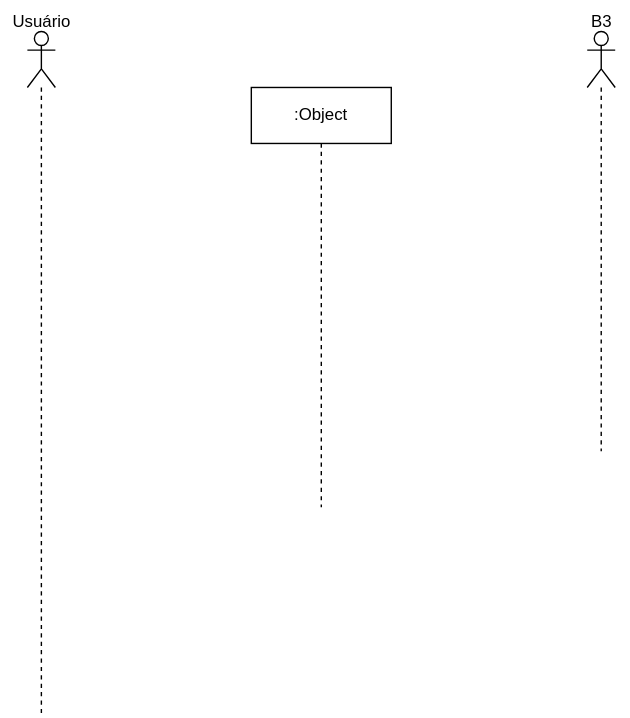
JesCat16/Projeto01_Modelagem_De_Software keeps this draw.io diagram as Diagrama 4.drawio.svg. Above is the earlier version. Source tidied: cells renumbered, new cells last; positions are measured from the earlier drawing's top-left corner, leaving out a move shared by most shapes. Source of this version:
```xml
<mxGraphModel background="#ffffff">
  <root>
    <mxCell id="0" />
    <mxCell id="1" parent="0" />
    <mxCell id="2" style="shape=umlLifeline;perimeter=lifelinePerimeter;whiteSpace=wrap;html=1;newEdgeStyle={&quot;curved&quot;:0,&quot;rounded&quot;:0};participant=umlActor;" parent="1" vertex="1">
      <mxGeometry x="20" y="22" width="20" height="490" as="geometry" />
    </mxCell>
    <mxCell id="3" value="Usuário" style="text;html=1;align=center;verticalAlign=middle;strokeColor=none;fillColor=none;" parent="1" vertex="1">
      <mxGeometry width="60" height="30" as="geometry" />
    </mxCell>
    <mxCell id="4" value=":Object" style="shape=umlLifeline;perimeter=lifelinePerimeter;whiteSpace=wrap;html=1;newEdgeStyle={&quot;curved&quot;:0,&quot;rounded&quot;:0};" parent="1" vertex="1">
      <mxGeometry x="180" y="62" width="100" height="300" as="geometry" />
    </mxCell>
    <mxCell id="5" style="shape=umlLifeline;perimeter=lifelinePerimeter;whiteSpace=wrap;html=1;newEdgeStyle={&quot;curved&quot;:0,&quot;rounded&quot;:0};participant=umlActor;" parent="1" vertex="1">
      <mxGeometry x="420" y="22" width="20" height="300" as="geometry" />
    </mxCell>
    <mxCell id="6" value="B3" style="text;html=1;align=center;verticalAlign=middle;strokeColor=none;fillColor=none;" parent="1" vertex="1">
      <mxGeometry x="410" width="40" height="30" as="geometry" />
    </mxCell>
  </root>
</mxGraphModel>
```
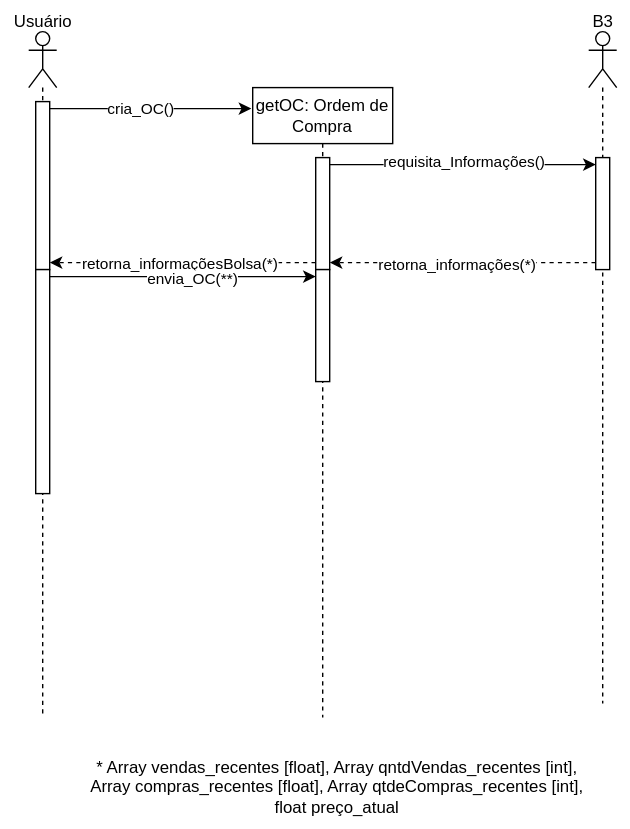
The same file after the commit.

Change to the diagram source:
```diff
@@ -5,17 +5,67 @@
     <mxCell id="2" style="shape=umlLifeline;perimeter=lifelinePerimeter;whiteSpace=wrap;html=1;newEdgeStyle={&quot;curved&quot;:0,&quot;rounded&quot;:0};participant=umlActor;" parent="1" vertex="1">
       <mxGeometry x="20" y="22" width="20" height="490" as="geometry" />
     </mxCell>
+    <mxCell id="7" style="html=1;points=[[0,0,0,0,5],[0,1,0,0,-5],[1,0,0,0,5],[1,1,0,0,-5]];perimeter=orthogonalPerimeter;outlineConnect=0;targetShapes=umlLifeline;portConstraint=eastwest;newEdgeStyle={&quot;curved&quot;:0,&quot;rounded&quot;:0};" parent="2" vertex="1">
+      <mxGeometry x="5" y="50" width="10" height="120" as="geometry" />
+    </mxCell>
+    <mxCell id="8" style="html=1;points=[[0,0,0,0,5],[0,1,0,0,-5],[1,0,0,0,5],[1,1,0,0,-5]];perimeter=orthogonalPerimeter;outlineConnect=0;targetShapes=umlLifeline;portConstraint=eastwest;newEdgeStyle={&quot;curved&quot;:0,&quot;rounded&quot;:0};" parent="2" vertex="1">
+      <mxGeometry x="5" y="170" width="10" height="160" as="geometry" />
+    </mxCell>
     <mxCell id="3" value="Usuário" style="text;html=1;align=center;verticalAlign=middle;strokeColor=none;fillColor=none;" parent="1" vertex="1">
       <mxGeometry width="60" height="30" as="geometry" />
     </mxCell>
-    <mxCell id="4" value=":Object" style="shape=umlLifeline;perimeter=lifelinePerimeter;whiteSpace=wrap;html=1;newEdgeStyle={&quot;curved&quot;:0,&quot;rounded&quot;:0};" parent="1" vertex="1">
-      <mxGeometry x="180" y="62" width="100" height="300" as="geometry" />
+    <mxCell id="4" value="getOC: Ordem de Compra" style="shape=umlLifeline;perimeter=lifelinePerimeter;whiteSpace=wrap;html=1;newEdgeStyle={&quot;curved&quot;:0,&quot;rounded&quot;:0};" parent="1" vertex="1">
+      <mxGeometry x="180" y="62" width="100" height="450" as="geometry" />
     </mxCell>
+    <mxCell id="9" style="html=1;points=[[0,0,0,0,5],[0,1,0,0,-5],[1,0,0,0,5],[1,1,0,0,-5]];perimeter=orthogonalPerimeter;outlineConnect=0;targetShapes=umlLifeline;portConstraint=eastwest;newEdgeStyle={&quot;curved&quot;:0,&quot;rounded&quot;:0};" parent="4" vertex="1">
+      <mxGeometry x="45" y="50" width="10" height="80" as="geometry" />
+    </mxCell>
+    <mxCell id="10" style="html=1;points=[[0,0,0,0,5],[0,1,0,0,-5],[1,0,0,0,5],[1,1,0,0,-5]];perimeter=orthogonalPerimeter;outlineConnect=0;targetShapes=umlLifeline;portConstraint=eastwest;newEdgeStyle={&quot;curved&quot;:0,&quot;rounded&quot;:0};" parent="4" vertex="1">
+      <mxGeometry x="45" y="130" width="10" height="80" as="geometry" />
+    </mxCell>
     <mxCell id="5" style="shape=umlLifeline;perimeter=lifelinePerimeter;whiteSpace=wrap;html=1;newEdgeStyle={&quot;curved&quot;:0,&quot;rounded&quot;:0};participant=umlActor;" parent="1" vertex="1">
-      <mxGeometry x="420" y="22" width="20" height="300" as="geometry" />
+      <mxGeometry x="420" y="22" width="20" height="480" as="geometry" />
     </mxCell>
+    <mxCell id="11" style="html=1;points=[[0,0,0,0,5],[0,1,0,0,-5],[1,0,0,0,5],[1,1,0,0,-5]];perimeter=orthogonalPerimeter;outlineConnect=0;targetShapes=umlLifeline;portConstraint=eastwest;newEdgeStyle={&quot;curved&quot;:0,&quot;rounded&quot;:0};" parent="5" vertex="1">
+      <mxGeometry x="5" y="90" width="10" height="80" as="geometry" />
+    </mxCell>
     <mxCell id="6" value="B3" style="text;html=1;align=center;verticalAlign=middle;strokeColor=none;fillColor=none;" parent="1" vertex="1">
       <mxGeometry x="410" width="40" height="30" as="geometry" />
     </mxCell>
+    <mxCell id="12" style="edgeStyle=orthogonalEdgeStyle;rounded=0;jettySize=auto;html=1;curved=0;exitX=1;exitY=0;exitDx=0;exitDy=5;exitPerimeter=0;" parent="1" edge="1" source="7">
+      <mxGeometry relative="1" as="geometry">
+        <mxPoint x="179" y="77" as="targetPoint" />
+      </mxGeometry>
+    </mxCell>
+    <mxCell id="13" value="cria_OC()" style="edgeLabel;html=1;align=center;verticalAlign=middle;" parent="12" vertex="1">
+      <mxGeometry x="-0.11" relative="1" as="geometry" />
+    </mxCell>
+    <mxCell id="14" style="edgeStyle=orthogonalEdgeStyle;rounded=0;jettySize=auto;html=1;curved=0;exitX=1;exitY=0;exitDx=0;exitDy=5;exitPerimeter=0;entryX=0;entryY=0;entryDx=0;entryDy=5;entryPerimeter=0;" parent="1" edge="1" source="9" target="11">
+      <mxGeometry relative="1" as="geometry" />
+    </mxCell>
+    <mxCell id="15" value="requisita_Informações()" style="edgeLabel;html=1;align=center;verticalAlign=middle;" parent="14" vertex="1">
+      <mxGeometry y="2" relative="1" as="geometry" />
+    </mxCell>
+    <mxCell id="16" style="edgeStyle=orthogonalEdgeStyle;rounded=0;jettySize=auto;html=1;curved=0;exitX=0;exitY=1;exitDx=0;exitDy=-5;exitPerimeter=0;entryX=1;entryY=1;entryDx=0;entryDy=-5;entryPerimeter=0;dashed=1;" parent="1" edge="1" source="11" target="9">
+      <mxGeometry relative="1" as="geometry" />
+    </mxCell>
+    <mxCell id="17" value="retorna_informações(*)" style="edgeLabel;html=1;align=center;verticalAlign=middle;" parent="16" vertex="1">
+      <mxGeometry x="0.04" y="2" relative="1" as="geometry" />
+    </mxCell>
+    <mxCell id="18" value="* Array vendas_recentes [float], Array qntdVendas_recentes [int],&lt;div&gt;Array compras_recentes [float], Array qtdeCompras_recentes [int],&lt;/div&gt;&lt;div&gt;float preço_atual&lt;/div&gt;" style="text;html=1;align=center;verticalAlign=middle;strokeColor=none;fillColor=none;" parent="1" vertex="1">
+      <mxGeometry x="50" y="532" width="380" height="60" as="geometry" />
+    </mxCell>
+    <mxCell id="19" style="edgeStyle=orthogonalEdgeStyle;rounded=0;jettySize=auto;html=1;curved=0;exitX=0;exitY=1;exitDx=0;exitDy=-5;exitPerimeter=0;entryX=1;entryY=1;entryDx=0;entryDy=-5;entryPerimeter=0;dashed=1;" parent="1" edge="1" source="9" target="7">
+      <mxGeometry relative="1" as="geometry" />
+    </mxCell>
+    <mxCell id="20" value="retorna_informaçõesBolsa(*)" style="edgeLabel;html=1;align=center;verticalAlign=middle;" parent="19" vertex="1">
+      <mxGeometry x="0.03" y="1" relative="1" as="geometry" />
+    </mxCell>
+    <mxCell id="21" style="edgeStyle=orthogonalEdgeStyle;rounded=0;jettySize=auto;html=1;curved=0;exitX=1;exitY=0;exitDx=0;exitDy=5;exitPerimeter=0;entryX=0;entryY=0;entryDx=0;entryDy=5;entryPerimeter=0;" parent="1" edge="1" source="8" target="10">
+      <mxGeometry relative="1" as="geometry" />
+    </mxCell>
+    <mxCell id="22" value="envia_OC(**)" style="edgeLabel;html=1;align=center;verticalAlign=middle;" parent="21" vertex="1">
+      <mxGeometry x="0.07" y="-2" relative="1" as="geometry" />
+    </mxCell>
   </root>
 </mxGraphModel>
```
